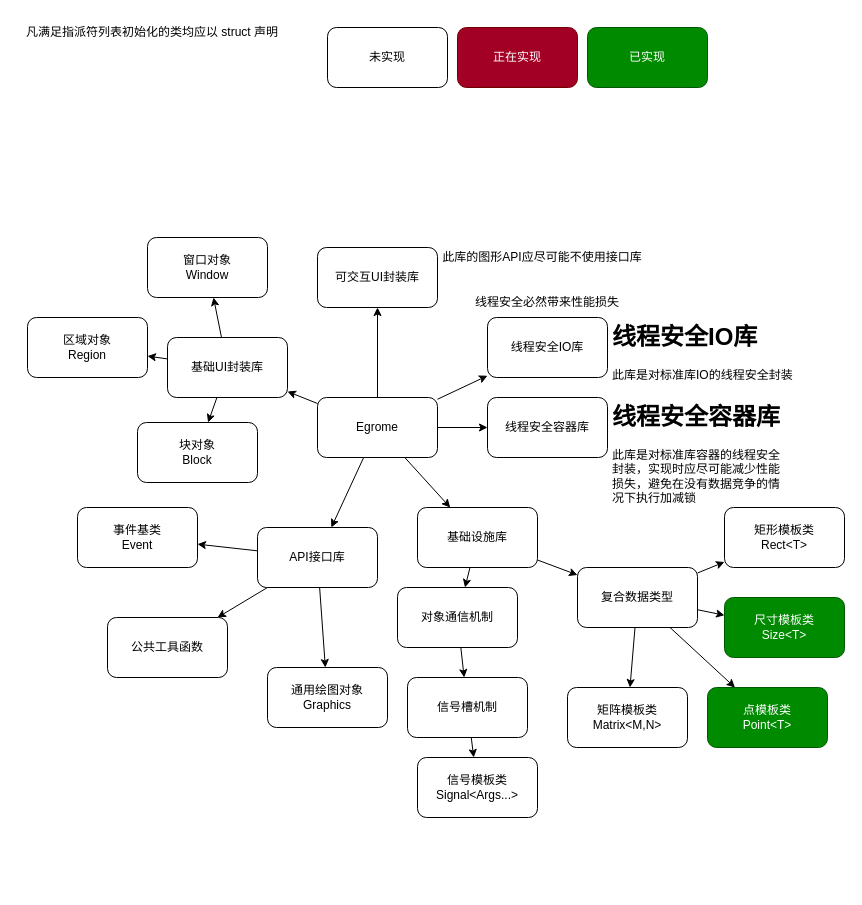
Before: des.dio in Anglebase/GraceFt, a draw.io diagram. Source tidied: cells renumbered, new cells numbered last; positions are measured from the earlier drawing's top-left corner, leaving out a move shared by most shapes. Both pictures are drawn from the tidied source at 100%, with x=0, y=0 at pixel (17, 17).
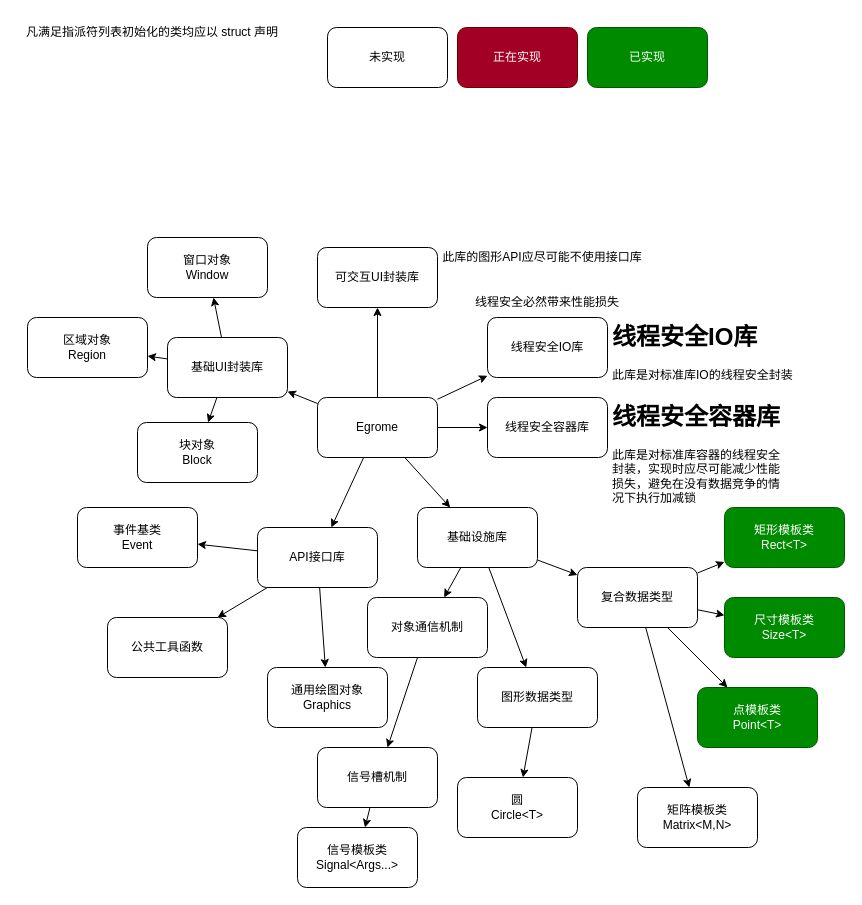
The same diagram, later.

The change refers to these unchanged cells:
```xml
<mxCell id="11" value="基础设施库" style="rounded=1;whiteSpace=wrap;html=1;" parent="1" vertex="1">
  <mxGeometry x="400" y="490" width="120" height="60" as="geometry" />
</mxCell>
```

The edit, as a diff of the source:
```diff
@@
+    <mxCell id="51" style="edgeStyle=none;html=1;" parent="1" edge="1" source="11" target="53">
+      <mxGeometry relative="1" as="geometry" />
+    </mxCell>
@@
     <mxCell id="19" value="对象通信机制" style="rounded=1;whiteSpace=wrap;html=1;" parent="1" vertex="1">
-      <mxGeometry x="380" y="570" width="120" height="60" as="geometry" />
+      <mxGeometry x="350" y="580" width="120" height="60" as="geometry" />
     </mxCell>
     <mxCell id="20" value="点模板类&lt;br&gt;Point&amp;lt;T&amp;gt;" style="rounded=1;whiteSpace=wrap;html=1;fillColor=#008a00;strokeColor=#005700;fontColor=#ffffff;" parent="1" vertex="1">
-      <mxGeometry x="690" y="670" width="120" height="60" as="geometry" />
+      <mxGeometry x="680" y="670" width="120" height="60" as="geometry" />
     </mxCell>
@@
-    <mxCell id="22" value="矩形模板类&lt;br&gt;Rect&amp;lt;T&amp;gt;" style="rounded=1;whiteSpace=wrap;html=1;" parent="1" vertex="1">
+    <mxCell id="22" value="矩形模板类&lt;br&gt;Rect&amp;lt;T&amp;gt;" style="rounded=1;whiteSpace=wrap;html=1;fillColor=#008a00;fontColor=#ffffff;strokeColor=#005700;" parent="1" vertex="1">
       <mxGeometry x="707" y="490" width="120" height="60" as="geometry" />
     </mxCell>
@@
     <mxCell id="24" value="信号槽机制" style="rounded=1;whiteSpace=wrap;html=1;" parent="1" vertex="1">
-      <mxGeometry x="390" y="660" width="120" height="60" as="geometry" />
+      <mxGeometry x="300" y="730" width="120" height="60" as="geometry" />
     </mxCell>
     <mxCell id="25" value="信号模板类&lt;br&gt;Signal&amp;lt;Args...&amp;gt;" style="rounded=1;whiteSpace=wrap;html=1;" parent="1" vertex="1">
-      <mxGeometry x="400" y="740" width="120" height="60" as="geometry" />
+      <mxGeometry x="280" y="810" width="120" height="60" as="geometry" />
     </mxCell>
@@
     <mxCell id="47" value="矩阵模板类&lt;br&gt;Matrix&amp;lt;M,N&amp;gt;" style="rounded=1;whiteSpace=wrap;html=1;" parent="1" vertex="1">
-      <mxGeometry x="550" y="670" width="120" height="60" as="geometry" />
+      <mxGeometry x="620" y="770" width="120" height="60" as="geometry" />
     </mxCell>
@@
+    <mxCell id="52" style="edgeStyle=none;html=1;" parent="1" edge="1" source="53" target="54">
+      <mxGeometry relative="1" as="geometry" />
+    </mxCell>
+    <mxCell id="53" value="图形数据类型" style="rounded=1;whiteSpace=wrap;html=1;" parent="1" vertex="1">
+      <mxGeometry x="460" y="650" width="120" height="60" as="geometry" />
+    </mxCell>
+    <mxCell id="54" value="圆&lt;br&gt;Circle&amp;lt;T&amp;gt;" style="rounded=1;whiteSpace=wrap;html=1;" parent="1" vertex="1">
+      <mxGeometry x="440" y="760" width="120" height="60" as="geometry" />
+    </mxCell>
```
